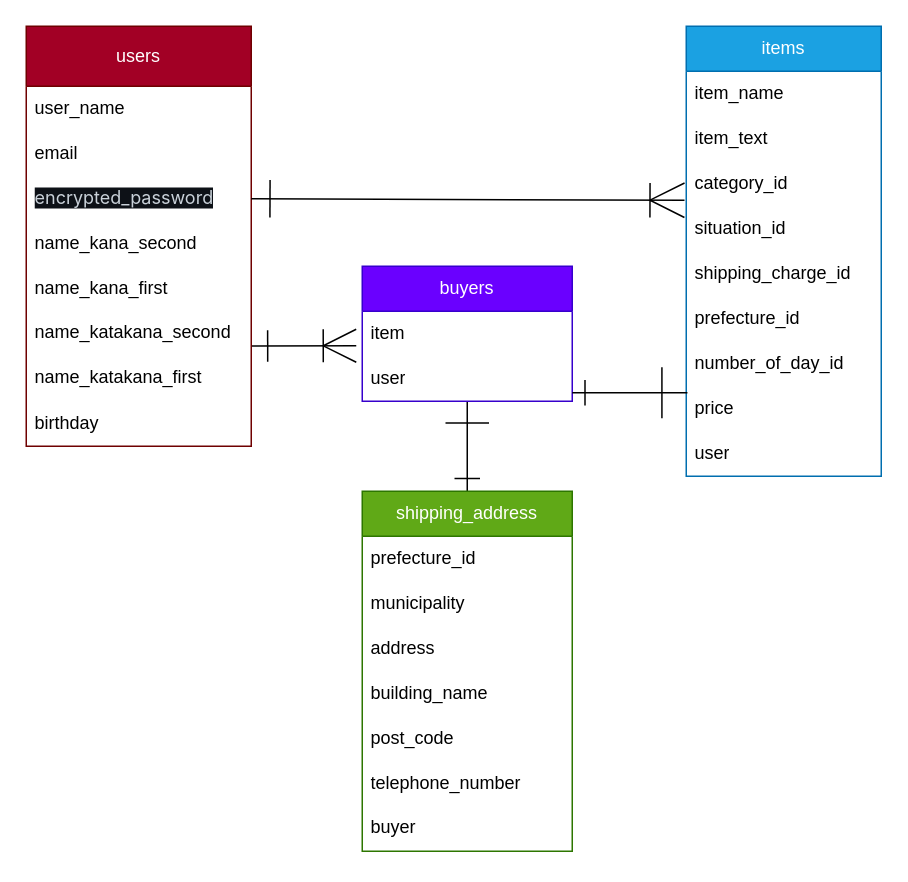
Earlier version of the draw.io diagram frima_ER.dio (JunjiYoshizuka999/furima-39008). Source tidied: cells renumbered, new cells numbered last; positions are measured from the earlier drawing's top-left corner, leaving out a move shared by most shapes. Both pictures are drawn from the tidied source at 150%, with x=0, y=0 at pixel (26, 26).
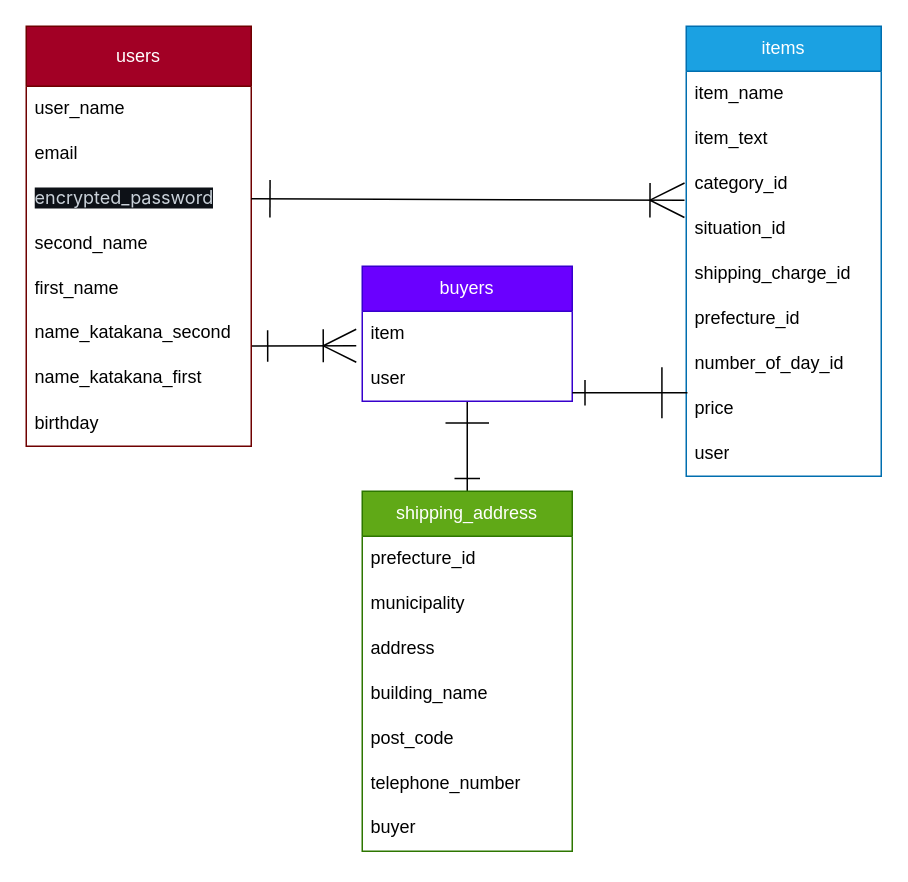
The same page after the edit.

Commit message (it also covers changes not shown here):
データベース設計完了

Unchanged cells that the change refers to:
```xml
<mxCell id="2" value="users&lt;br&gt;" style="swimlane;fontStyle=0;horizontal=1;startSize=40;whiteSpace=wrap;html=1;fillColor=#a20025;fontColor=#ffffff;strokeColor=#6F0000;" parent="1" vertex="1">
  <mxGeometry width="150" height="280" as="geometry" />
</mxCell>
```

Diff of the diagram source:
```diff
@@
-    <mxCell id="6" value="name_kana_second" style="text;strokeColor=none;fillColor=none;align=left;verticalAlign=middle;spacingLeft=4;spacingRight=4;overflow=hidden;whiteSpace=wrap;html=1;" parent="2" vertex="1">
+    <mxCell id="6" value="second_name" style="text;strokeColor=none;fillColor=none;align=left;verticalAlign=middle;spacingLeft=4;spacingRight=4;overflow=hidden;whiteSpace=wrap;html=1;" parent="2" vertex="1">
       <mxGeometry y="130" width="150" height="30" as="geometry" />
     </mxCell>
-    <mxCell id="7" value="name_kana_first" style="text;strokeColor=none;fillColor=none;align=left;verticalAlign=middle;spacingLeft=4;spacingRight=4;overflow=hidden;whiteSpace=wrap;html=1;" parent="2" vertex="1">
+    <mxCell id="7" value="first_name" style="text;strokeColor=none;fillColor=none;align=left;verticalAlign=middle;spacingLeft=4;spacingRight=4;overflow=hidden;whiteSpace=wrap;html=1;" parent="2" vertex="1">
       <mxGeometry y="160" width="150" height="30" as="geometry" />
     </mxCell>
```
